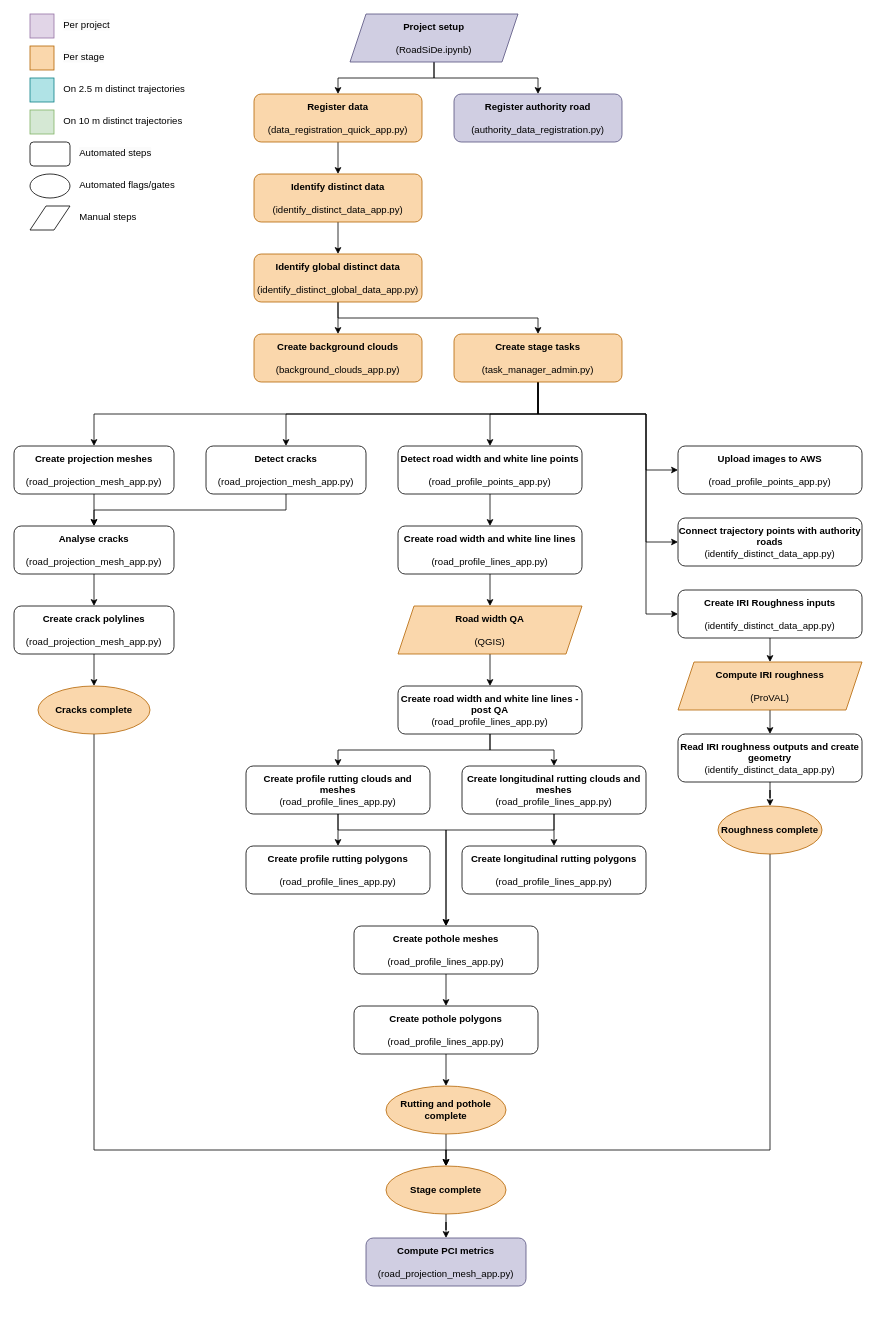
Before: RoadSiDe.drawio in marko-veris/draw.io, a draw.io diagram. Source tidied: cells renumbered, new cells numbered last; positions are measured from the earlier drawing's top-left corner, leaving out a move shared by most shapes. Both pictures are drawn from the tidied source at 80%, with x=0, y=0 at pixel (14, 14).
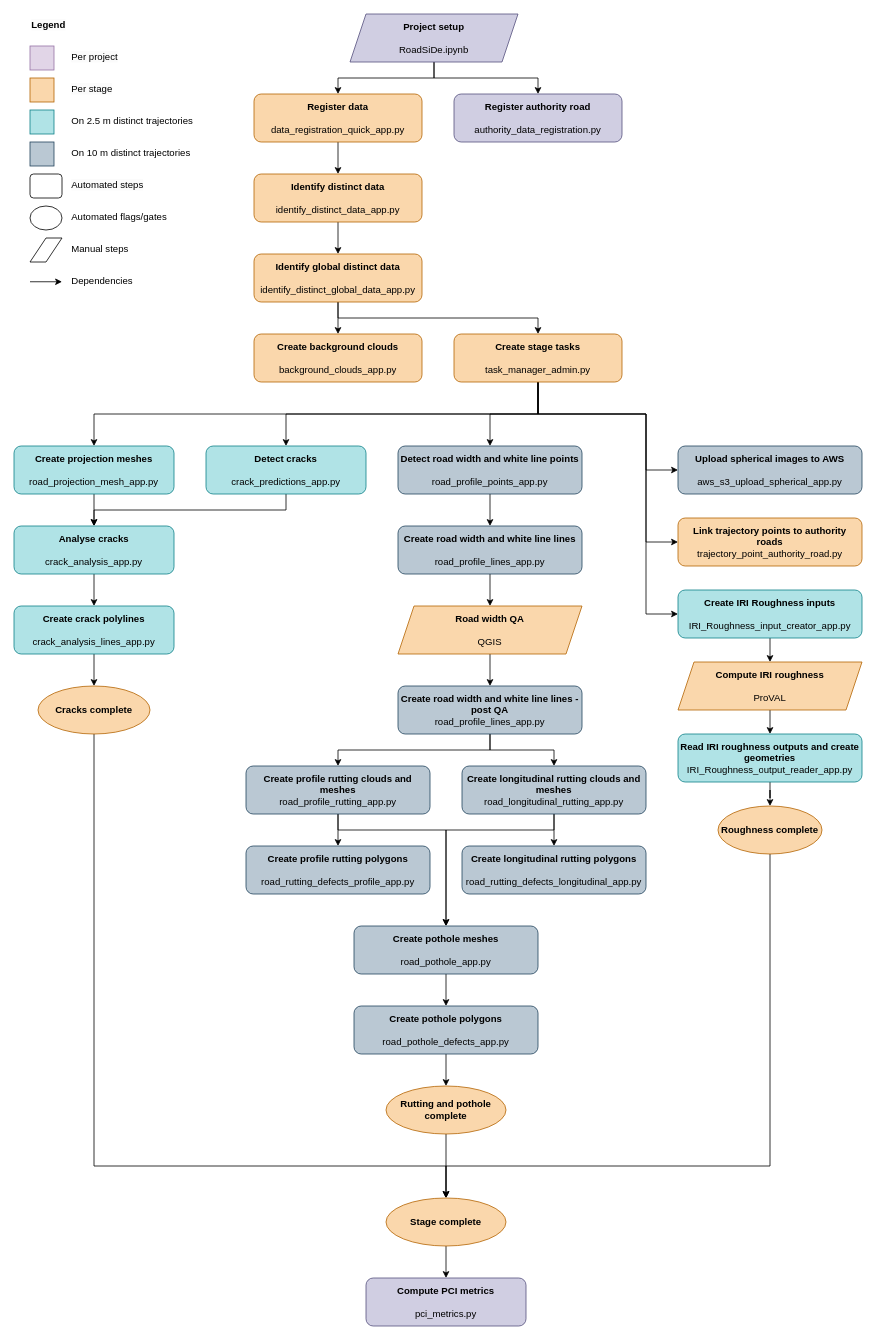
After the change.

The change refers to these unchanged cells:
```xml
<mxCell id="47" value="&lt;b&gt;Cracks complete&lt;/b&gt;" style="ellipse;whiteSpace=wrap;html=1;fillColor=#fad7ac;strokeColor=#b46504;" parent="1" vertex="1">
  <mxGeometry x="30" y="840" width="140" height="60" as="geometry" />
</mxCell>
<mxCell id="70" value="&lt;b&gt;Roughness complete&lt;/b&gt;" style="ellipse;whiteSpace=wrap;html=1;fillColor=#fad7ac;strokeColor=#b46504;" parent="1" vertex="1">
  <mxGeometry x="880" y="990" width="130" height="60" as="geometry" />
</mxCell>
```

Diff of the diagram source:
```diff
@@
-    <mxCell id="3" value="&lt;b&gt;Register data&lt;br&gt;&lt;/b&gt;&lt;br&gt;(data_registration_quick_app.py)" style="rounded=1;whiteSpace=wrap;html=1;fillColor=#fad7ac;strokeColor=#b46504;" parent="1" vertex="1">
+    <mxCell id="3" value="&lt;b&gt;Register data&lt;br&gt;&lt;/b&gt;&lt;br&gt;data_registration_quick_app.py" style="rounded=1;whiteSpace=wrap;html=1;fillColor=#fad7ac;strokeColor=#b46504;" parent="1" vertex="1">
       <mxGeometry x="300" y="100" width="210" height="60" as="geometry" />
     </mxCell>
-    <mxCell id="4" value="&lt;b&gt;Create background clouds&lt;br&gt;&lt;/b&gt;&lt;br&gt;(background_clouds_app.py)" style="rounded=1;whiteSpace=wrap;html=1;fillColor=#fad7ac;strokeColor=#b46504;" parent="1" vertex="1">
+    <mxCell id="4" value="&lt;b&gt;Create background clouds&lt;br&gt;&lt;/b&gt;&lt;br&gt;background_clouds_app.py" style="rounded=1;whiteSpace=wrap;html=1;fillColor=#fad7ac;strokeColor=#b46504;" parent="1" vertex="1">
       <mxGeometry x="300" y="400" width="210" height="60" as="geometry" />
     </mxCell>
@@
-    <mxCell id="6" value="&lt;b&gt;Detect road width and white line points&lt;br&gt;&lt;/b&gt;&lt;br&gt;(road_profile_points_app.py)" style="rounded=1;whiteSpace=wrap;html=1;" parent="1" vertex="1">
+    <mxCell id="6" value="&lt;b&gt;Detect road width and white line points&lt;br&gt;&lt;/b&gt;&lt;br&gt;road_profile_points_app.py" style="rounded=1;whiteSpace=wrap;html=1;fillColor=#bac8d3;strokeColor=#23445d;" parent="1" vertex="1">
       <mxGeometry x="480" y="540" width="230" height="60" as="geometry" />
     </mxCell>
@@
-    <mxCell id="8" value="&lt;b&gt;Create projection meshes&lt;br&gt;&lt;/b&gt;&lt;br&gt;(road_projection_mesh_app.py)" style="rounded=1;whiteSpace=wrap;html=1;" parent="1" vertex="1">
+    <mxCell id="8" value="&lt;b&gt;Create projection meshes&lt;br&gt;&lt;/b&gt;&lt;br&gt;road_projection_mesh_app.py" style="rounded=1;whiteSpace=wrap;html=1;fillColor=#b0e3e6;strokeColor=#0e8088;" parent="1" vertex="1">
       <mxGeometry y="540" width="200" height="60" as="geometry" />
     </mxCell>
@@
-    <mxCell id="10" value="&lt;b&gt;Create road width and white line lines&lt;br&gt;&lt;/b&gt;&lt;br&gt;(road_profile_lines_app.py)" style="rounded=1;whiteSpace=wrap;html=1;" parent="1" vertex="1">
+    <mxCell id="10" value="&lt;b&gt;Create road width and white line lines&lt;br&gt;&lt;/b&gt;&lt;br&gt;road_profile_lines_app.py" style="rounded=1;whiteSpace=wrap;html=1;fillColor=#bac8d3;strokeColor=#23445d;" parent="1" vertex="1">
       <mxGeometry x="480" y="640" width="230" height="60" as="geometry" />
     </mxCell>
@@
-    <mxCell id="12" value="&lt;b&gt;Identify distinct data&lt;br&gt;&lt;/b&gt;&lt;br&gt;(identify_distinct_data_app.py)" style="rounded=1;whiteSpace=wrap;html=1;fillColor=#fad7ac;strokeColor=#b46504;" parent="1" vertex="1">
+    <mxCell id="12" value="&lt;b&gt;Identify distinct data&lt;br&gt;&lt;/b&gt;&lt;br&gt;identify_distinct_data_app.py" style="rounded=1;whiteSpace=wrap;html=1;fillColor=#fad7ac;strokeColor=#b46504;" parent="1" vertex="1">
       <mxGeometry x="300" y="200" width="210" height="60" as="geometry" />
     </mxCell>
-    <mxCell id="13" value="&lt;b&gt;Register authority road&lt;br&gt;&lt;/b&gt;&lt;br&gt;(authority_data_registration.py)" style="rounded=1;whiteSpace=wrap;html=1;fillColor=#d0cee2;strokeColor=#56517e;" parent="1" vertex="1">
+    <mxCell id="13" value="&lt;b&gt;Register authority road&lt;br&gt;&lt;/b&gt;&lt;br&gt;authority_data_registration.py" style="rounded=1;whiteSpace=wrap;html=1;fillColor=#d0cee2;strokeColor=#56517e;" parent="1" vertex="1">
       <mxGeometry x="550" y="100" width="210" height="60" as="geometry" />
     </mxCell>
@@
-    <mxCell id="16" value="&lt;b&gt;Identify global distinct data&lt;br&gt;&lt;/b&gt;&lt;br&gt;(identify_distinct_global_data_app.py)" style="rounded=1;whiteSpace=wrap;html=1;fillColor=#fad7ac;strokeColor=#b46504;" parent="1" vertex="1">
+    <mxCell id="16" value="&lt;b&gt;Identify global distinct data&lt;br&gt;&lt;/b&gt;&lt;br&gt;identify_distinct_global_data_app.py" style="rounded=1;whiteSpace=wrap;html=1;fillColor=#fad7ac;strokeColor=#b46504;" parent="1" vertex="1">
       <mxGeometry x="300" y="300" width="210" height="60" as="geometry" />
     </mxCell>
@@
-    <mxCell id="23" value="&lt;b&gt;Create stage tasks&lt;br&gt;&lt;/b&gt;&lt;br&gt;(task_manager_admin.py)" style="rounded=1;whiteSpace=wrap;html=1;fillColor=#fad7ac;strokeColor=#b46504;" parent="1" vertex="1">
+    <mxCell id="23" value="&lt;b&gt;Create stage tasks&lt;br&gt;&lt;/b&gt;&lt;br&gt;task_manager_admin.py" style="rounded=1;whiteSpace=wrap;html=1;fillColor=#fad7ac;strokeColor=#b46504;" parent="1" vertex="1">
       <mxGeometry x="550" y="400" width="210" height="60" as="geometry" />
     </mxCell>
@@
-    <mxCell id="25" value="&lt;b&gt;Detect cracks&lt;br&gt;&lt;/b&gt;&lt;br&gt;(road_projection_mesh_app.py)" style="rounded=1;whiteSpace=wrap;html=1;" parent="1" vertex="1">
+    <mxCell id="25" value="&lt;b&gt;Detect cracks&lt;br&gt;&lt;/b&gt;&lt;br&gt;crack_predictions_app.py" style="rounded=1;whiteSpace=wrap;html=1;fillColor=#b0e3e6;strokeColor=#0e8088;" parent="1" vertex="1">
       <mxGeometry x="240" y="540" width="200" height="60" as="geometry" />
     </mxCell>
@@
-    <mxCell id="27" value="&lt;b&gt;Analyse cracks&lt;br&gt;&lt;/b&gt;&lt;br&gt;(road_projection_mesh_app.py)" style="rounded=1;whiteSpace=wrap;html=1;" parent="1" vertex="1">
+    <mxCell id="27" value="&lt;b&gt;Analyse cracks&lt;br&gt;&lt;/b&gt;&lt;br&gt;crack_analysis_app.py" style="rounded=1;whiteSpace=wrap;html=1;fillColor=#b0e3e6;strokeColor=#0e8088;" parent="1" vertex="1">
       <mxGeometry y="640" width="200" height="60" as="geometry" />
     </mxCell>
@@
-    <mxCell id="29" value="&lt;b&gt;Create crack polylines&lt;br&gt;&lt;/b&gt;&lt;br&gt;(road_projection_mesh_app.py)" style="rounded=1;whiteSpace=wrap;html=1;" parent="1" vertex="1">
+    <mxCell id="29" value="&lt;b&gt;Create crack polylines&lt;br&gt;&lt;/b&gt;&lt;br&gt;crack_analysis_lines_app.py" style="rounded=1;whiteSpace=wrap;html=1;fillColor=#b0e3e6;strokeColor=#0e8088;" parent="1" vertex="1">
       <mxGeometry y="740" width="200" height="60" as="geometry" />
     </mxCell>
@@
-    <mxCell id="32" value="&lt;b&gt;Create road width and white line lines - post QA&lt;/b&gt;&lt;br&gt;(road_profile_lines_app.py)" style="rounded=1;whiteSpace=wrap;html=1;" parent="1" vertex="1">
+    <mxCell id="32" value="&lt;b&gt;Create road width and white line lines - post QA&lt;/b&gt;&lt;br&gt;road_profile_lines_app.py" style="rounded=1;whiteSpace=wrap;html=1;fillColor=#bac8d3;strokeColor=#23445d;" parent="1" vertex="1">
       <mxGeometry x="480" y="840" width="230" height="60" as="geometry" />
     </mxCell>
@@
-    <mxCell id="35" value="&lt;b&gt;Create profile rutting clouds and meshes&lt;br&gt;&lt;/b&gt;(road_profile_lines_app.py)" style="rounded=1;whiteSpace=wrap;html=1;" parent="1" vertex="1">
+    <mxCell id="35" value="&lt;b&gt;Create profile rutting clouds and meshes&lt;br&gt;&lt;/b&gt;road_profile_rutting_app.py" style="rounded=1;whiteSpace=wrap;html=1;fillColor=#bac8d3;strokeColor=#23445d;" parent="1" vertex="1">
       <mxGeometry x="290" y="940" width="230" height="60" as="geometry" />
     </mxCell>
@@
-    <mxCell id="38" value="&lt;b&gt;Create longitudinal rutting clouds and meshes&lt;/b&gt;&lt;b&gt;&lt;br&gt;&lt;/b&gt;(road_profile_lines_app.py)" style="rounded=1;whiteSpace=wrap;html=1;" parent="1" vertex="1">
+    <mxCell id="38" value="&lt;b&gt;Create longitudinal rutting clouds and meshes&lt;/b&gt;&lt;b&gt;&lt;br&gt;&lt;/b&gt;road_longitudinal_rutting_app.py" style="rounded=1;whiteSpace=wrap;html=1;fillColor=#bac8d3;strokeColor=#23445d;" parent="1" vertex="1">
       <mxGeometry x="560" y="940" width="230" height="60" as="geometry" />
     </mxCell>
-    <mxCell id="39" value="&lt;b&gt;Create profile rutting polygons&lt;br&gt;&lt;br&gt;&lt;/b&gt;(road_profile_lines_app.py)" style="rounded=1;whiteSpace=wrap;html=1;" parent="1" vertex="1">
+    <mxCell id="39" value="&lt;b&gt;Create profile rutting polygons&lt;br&gt;&lt;br&gt;&lt;/b&gt;road_rutting_defects_profile_app.py" style="rounded=1;whiteSpace=wrap;html=1;fillColor=#bac8d3;strokeColor=#23445d;" parent="1" vertex="1">
       <mxGeometry x="290" y="1040" width="230" height="60" as="geometry" />
     </mxCell>
-    <mxCell id="40" value="&lt;b&gt;Create longitudinal rutting polygons&lt;br&gt;&lt;br&gt;&lt;/b&gt;(road_profile_lines_app.py)" style="rounded=1;whiteSpace=wrap;html=1;" parent="1" vertex="1">
+    <mxCell id="40" value="&lt;b&gt;Create longitudinal rutting polygons&lt;br&gt;&lt;br&gt;&lt;/b&gt;road_rutting_defects_longitudinal_app.py" style="rounded=1;whiteSpace=wrap;html=1;fillColor=#bac8d3;strokeColor=#23445d;" parent="1" vertex="1">
       <mxGeometry x="560" y="1040" width="230" height="60" as="geometry" />
     </mxCell>
@@
-    <mxCell id="42" value="&lt;b&gt;Create pothole meshes&lt;br&gt;&lt;br&gt;&lt;/b&gt;(road_profile_lines_app.py)" style="rounded=1;whiteSpace=wrap;html=1;" parent="1" vertex="1">
+    <mxCell id="42" value="&lt;b&gt;Create pothole meshes&lt;br&gt;&lt;br&gt;&lt;/b&gt;road_pothole_app.py" style="rounded=1;whiteSpace=wrap;html=1;fillColor=#bac8d3;strokeColor=#23445d;" parent="1" vertex="1">
       <mxGeometry x="425" y="1140" width="230" height="60" as="geometry" />
     </mxCell>
@@
-    <mxCell id="44" value="&lt;b&gt;Create pothole polygons&lt;br&gt;&lt;br&gt;&lt;/b&gt;(road_profile_lines_app.py)" style="rounded=1;whiteSpace=wrap;html=1;" parent="1" vertex="1">
+    <mxCell id="44" value="&lt;b&gt;Create pothole polygons&lt;br&gt;&lt;br&gt;&lt;/b&gt;road_pothole_defects_app.py" style="rounded=1;whiteSpace=wrap;html=1;fillColor=#bac8d3;strokeColor=#23445d;" parent="1" vertex="1">
       <mxGeometry x="425" y="1240" width="230" height="60" as="geometry" />
     </mxCell>
-    <mxCell id="45" value="&lt;b&gt;Upload images to AWS&lt;br&gt;&lt;/b&gt;&lt;br&gt;(road_profile_points_app.py)" style="rounded=1;whiteSpace=wrap;html=1;" parent="1" vertex="1">
+    <mxCell id="45" value="&lt;b&gt;Upload spherical images to AWS&lt;br&gt;&lt;/b&gt;&lt;br&gt;aws_s3_upload_spherical_app.py" style="rounded=1;whiteSpace=wrap;html=1;fillColor=#bac8d3;strokeColor=#23445d;" parent="1" vertex="1">
       <mxGeometry x="830" y="540" width="230" height="60" as="geometry" />
     </mxCell>
     <mxCell id="46" style="edgeStyle=orthogonalEdgeStyle;rounded=0;jettySize=auto;html=1;exitX=0.5;exitY=1;exitDx=0;exitDy=0;entryX=0.5;entryY=0;entryDx=0;entryDy=0;" parent="1" edge="1" source="47" target="72">
       <mxGeometry relative="1" as="geometry">
         <Array as="points">
-          <mxPoint x="100" y="1420" />
-          <mxPoint x="540" y="1420" />
+          <mxPoint x="100" y="1440" />
+          <mxPoint x="540" y="1440" />
         </Array>
       </mxGeometry>
     </mxCell>
@@
     <mxCell id="48" style="rounded=1;whiteSpace=wrap;html=1;" parent="1" vertex="1">
-      <mxGeometry x="20" y="160" width="50" height="30" as="geometry" />
+      <mxGeometry x="20" y="200" width="40" height="30" as="geometry" />
     </mxCell>
     <mxCell id="49" value="&lt;span style=&quot;color: rgb(0, 0, 0); font-family: Helvetica; font-size: 12px; font-style: normal; font-variant-ligatures: normal; font-variant-caps: normal; font-weight: 400; letter-spacing: normal; orphans: 2; text-align: center; text-indent: 0px; text-transform: none; widows: 2; word-spacing: 0px; -webkit-text-stroke-width: 0px; white-space: normal; background-color: rgb(251, 251, 251); text-decoration-thickness: initial; text-decoration-style: initial; text-decoration-color: initial; float: none; display: inline !important;&quot;&gt;Per stage&lt;/span&gt;" style="text;whiteSpace=wrap;html=1;" parent="1" vertex="1">
-      <mxGeometry x="60" y="40" width="130" height="30" as="geometry" />
+      <mxGeometry x="70" y="80" width="130" height="30" as="geometry" />
     </mxCell>
     <mxCell id="50" style="rounded=0;whiteSpace=wrap;html=1;fillColor=#e1d5e7;strokeColor=#9673a6;" parent="1" vertex="1">
-      <mxGeometry x="20" width="30" height="30" as="geometry" />
+      <mxGeometry x="20" y="40" width="30" height="30" as="geometry" />
     </mxCell>
     <mxCell id="51" style="rounded=0;whiteSpace=wrap;html=1;fillColor=#fad7ac;strokeColor=#b46504;" parent="1" vertex="1">
-      <mxGeometry x="20" y="40" width="30" height="30" as="geometry" />
+      <mxGeometry x="20" y="80" width="30" height="30" as="geometry" />
     </mxCell>
     <mxCell id="52" value="&lt;span style=&quot;color: rgb(0, 0, 0); font-family: Helvetica; font-size: 12px; font-style: normal; font-variant-ligatures: normal; font-variant-caps: normal; font-weight: 400; letter-spacing: normal; orphans: 2; text-align: center; text-indent: 0px; text-transform: none; widows: 2; word-spacing: 0px; -webkit-text-stroke-width: 0px; white-space: normal; background-color: rgb(251, 251, 251); text-decoration-thickness: initial; text-decoration-style: initial; text-decoration-color: initial; float: none; display: inline !important;&quot;&gt;Per project&lt;/span&gt;" style="text;whiteSpace=wrap;html=1;" parent="1" vertex="1">
-      <mxGeometry x="60" width="130" height="30" as="geometry" />
+      <mxGeometry x="70" y="40" width="130" height="30" as="geometry" />
     </mxCell>
     <mxCell id="53" style="ellipse;whiteSpace=wrap;html=1;" parent="1" vertex="1">
-      <mxGeometry x="20" y="200" width="50" height="30" as="geometry" />
+      <mxGeometry x="20" y="240" width="40" height="30" as="geometry" />
     </mxCell>
     <mxCell id="54" value="&lt;span style=&quot;color: rgb(0, 0, 0); font-family: Helvetica; font-size: 12px; font-style: normal; font-variant-ligatures: normal; font-variant-caps: normal; font-weight: 400; letter-spacing: normal; orphans: 2; text-align: center; text-indent: 0px; text-transform: none; widows: 2; word-spacing: 0px; -webkit-text-stroke-width: 0px; white-space: normal; background-color: rgb(251, 251, 251); text-decoration-thickness: initial; text-decoration-style: initial; text-decoration-color: initial; float: none; display: inline !important;&quot;&gt;Automated steps&lt;/span&gt;" style="text;whiteSpace=wrap;html=1;" parent="1" vertex="1">
-      <mxGeometry x="80" y="160" width="130" height="30" as="geometry" />
+      <mxGeometry x="70" y="200" width="130" height="30" as="geometry" />
     </mxCell>
     <mxCell id="55" value="Automated flags/gates" style="text;whiteSpace=wrap;html=1;" parent="1" vertex="1">
-      <mxGeometry x="80" y="200" width="130" height="30" as="geometry" />
+      <mxGeometry x="70" y="240" width="130" height="30" as="geometry" />
     </mxCell>
@@
-    <mxCell id="58" value="&lt;b&gt;Connect trajectory points with authority roads&lt;/b&gt;&lt;br&gt;(identify_distinct_data_app.py)" style="rounded=1;whiteSpace=wrap;html=1;" parent="1" vertex="1">
+    <mxCell id="58" value="&lt;b&gt;Link trajectory points to authority &lt;br&gt;roads&lt;/b&gt;&lt;br&gt;trajectory_point_authority_road.py" style="rounded=1;whiteSpace=wrap;html=1;fillColor=#fad7ac;strokeColor=#b46504;" parent="1" vertex="1">
       <mxGeometry x="830" y="630" width="230" height="60" as="geometry" />
     </mxCell>
@@
-    <mxCell id="60" value="&lt;b&gt;Create IRI Roughness inputs&lt;br&gt;&lt;br&gt;&lt;/b&gt;(identify_distinct_data_app.py)" style="rounded=1;whiteSpace=wrap;html=1;" parent="1" vertex="1">
+    <mxCell id="60" value="&lt;b&gt;Create IRI Roughness inputs&lt;br&gt;&lt;br&gt;&lt;/b&gt;IRI_Roughness_input_creator_app.py" style="rounded=1;whiteSpace=wrap;html=1;fillColor=#b0e3e6;strokeColor=#0e8088;" parent="1" vertex="1">
       <mxGeometry x="830" y="720" width="230" height="60" as="geometry" />
     </mxCell>
     <mxCell id="61" style="shape=parallelogram;perimeter=parallelogramPerimeter;whiteSpace=wrap;html=1;fixedSize=1;" parent="1" vertex="1">
-      <mxGeometry x="20" y="240" width="50" height="30" as="geometry" />
+      <mxGeometry x="20" y="280" width="40" height="30" as="geometry" />
     </mxCell>
     <mxCell id="62" value="Manual steps" style="text;whiteSpace=wrap;html=1;" parent="1" vertex="1">
-      <mxGeometry x="80" y="240" width="130" height="30" as="geometry" />
+      <mxGeometry x="70" y="280" width="130" height="30" as="geometry" />
     </mxCell>
@@
-    <mxCell id="64" value="&lt;b&gt;Road width QA&lt;/b&gt;&lt;br&gt;&lt;br&gt;(QGIS)" style="shape=parallelogram;perimeter=parallelogramPerimeter;whiteSpace=wrap;html=1;fixedSize=1;fillColor=#fad7ac;strokeColor=#b46504;" parent="1" vertex="1">
+    <mxCell id="64" value="&lt;b&gt;Road width QA&lt;/b&gt;&lt;br&gt;&lt;br&gt;QGIS" style="shape=parallelogram;perimeter=parallelogramPerimeter;whiteSpace=wrap;html=1;fixedSize=1;fillColor=#fad7ac;strokeColor=#b46504;" parent="1" vertex="1">
       <mxGeometry x="480" y="740" width="230" height="60" as="geometry" />
     </mxCell>
@@
-    <mxCell id="66" value="&lt;b&gt;Compute IRI roughness&lt;br&gt;&lt;/b&gt;&lt;br&gt;(ProVAL)" style="shape=parallelogram;perimeter=parallelogramPerimeter;whiteSpace=wrap;html=1;fixedSize=1;fillColor=#fad7ac;strokeColor=#b46504;" parent="1" vertex="1">
+    <mxCell id="66" value="&lt;b&gt;Compute IRI roughness&lt;br&gt;&lt;/b&gt;&lt;br&gt;ProVAL" style="shape=parallelogram;perimeter=parallelogramPerimeter;whiteSpace=wrap;html=1;fixedSize=1;fillColor=#fad7ac;strokeColor=#b46504;" parent="1" vertex="1">
       <mxGeometry x="830" y="810" width="230" height="60" as="geometry" />
     </mxCell>
@@
-    <mxCell id="68" value="&lt;b&gt;Read IRI roughness outputs and create geometry&lt;br&gt;&lt;/b&gt;(identify_distinct_data_app.py)" style="rounded=1;whiteSpace=wrap;html=1;" parent="1" vertex="1">
+    <mxCell id="68" value="&lt;b&gt;Read IRI roughness outputs and create geometries&lt;br&gt;&lt;/b&gt;IRI_Roughness_output_reader_app.py" style="rounded=1;whiteSpace=wrap;html=1;fillColor=#b0e3e6;strokeColor=#0e8088;" parent="1" vertex="1">
       <mxGeometry x="830" y="900" width="230" height="60" as="geometry" />
     </mxCell>
     <mxCell id="69" style="edgeStyle=orthogonalEdgeStyle;rounded=0;jettySize=auto;html=1;exitX=0.5;exitY=1;exitDx=0;exitDy=0;entryX=0.5;entryY=0;entryDx=0;entryDy=0;" parent="1" edge="1" source="70" target="72">
       <mxGeometry relative="1" as="geometry">
         <Array as="points">
-          <mxPoint x="945" y="1420" />
-          <mxPoint x="540" y="1420" />
+          <mxPoint x="945" y="1440" />
+          <mxPoint x="540" y="1440" />
         </Array>
       </mxGeometry>
     </mxCell>
@@
     <mxCell id="72" value="&lt;b&gt;Stage complete&lt;/b&gt;" style="ellipse;whiteSpace=wrap;html=1;fillColor=#fad7ac;strokeColor=#b46504;" parent="1" vertex="1">
-      <mxGeometry x="465" y="1440" width="150" height="60" as="geometry" />
+      <mxGeometry x="465" y="1480" width="150" height="60" as="geometry" />
     </mxCell>
-    <mxCell id="73" value="&lt;b&gt;Compute PCI metrics&lt;br&gt;&lt;/b&gt;&lt;br&gt;(road_projection_mesh_app.py)" style="rounded=1;whiteSpace=wrap;html=1;fillColor=#d0cee2;strokeColor=#56517e;" parent="1" vertex="1">
-      <mxGeometry x="440" y="1530" width="200" height="60" as="geometry" />
+    <mxCell id="73" value="&lt;b&gt;Compute PCI metrics&lt;br&gt;&lt;/b&gt;&lt;br&gt;pci_metrics.py" style="rounded=1;whiteSpace=wrap;html=1;fillColor=#d0cee2;strokeColor=#56517e;" parent="1" vertex="1">
+      <mxGeometry x="440" y="1580" width="200" height="60" as="geometry" />
     </mxCell>
@@
-    <mxCell id="76" value="&lt;b&gt;Project setup&lt;/b&gt;&lt;br&gt;&lt;br&gt;(RoadSiDe.ipynb)" style="shape=parallelogram;perimeter=parallelogramPerimeter;whiteSpace=wrap;html=1;fixedSize=1;fillColor=#d0cee2;strokeColor=#56517e;" parent="1" vertex="1">
+    <mxCell id="76" value="&lt;b&gt;Project setup&lt;/b&gt;&lt;br&gt;&lt;br&gt;RoadSiDe.ipynb" style="shape=parallelogram;perimeter=parallelogramPerimeter;whiteSpace=wrap;html=1;fixedSize=1;fillColor=#d0cee2;strokeColor=#56517e;" parent="1" vertex="1">
       <mxGeometry x="420" width="210" height="60" as="geometry" />
     </mxCell>
     <mxCell id="77" value="&lt;div style=&quot;text-align: center;&quot;&gt;On 2.5 m distinct trajectories&lt;/div&gt;" style="text;whiteSpace=wrap;html=1;" parent="1" vertex="1">
-      <mxGeometry x="60" y="80" width="170" height="30" as="geometry" />
+      <mxGeometry x="70" y="120" width="170" height="30" as="geometry" />
     </mxCell>
     <mxCell id="78" style="rounded=0;whiteSpace=wrap;html=1;fillColor=#b0e3e6;strokeColor=#0e8088;" parent="1" vertex="1">
-      <mxGeometry x="20" y="80" width="30" height="30" as="geometry" />
+      <mxGeometry x="20" y="120" width="30" height="30" as="geometry" />
     </mxCell>
     <mxCell id="79" value="&lt;span style=&quot;text-align: center;&quot;&gt;On 10 m distinct trajectories&lt;/span&gt;" style="text;whiteSpace=wrap;html=1;" parent="1" vertex="1">
-      <mxGeometry x="60" y="120" width="160" height="30" as="geometry" />
+      <mxGeometry x="70" y="160" width="160" height="30" as="geometry" />
     </mxCell>
-    <mxCell id="80" style="rounded=0;whiteSpace=wrap;html=1;fillColor=#d5e8d4;strokeColor=#82b366;" parent="1" vertex="1">
-      <mxGeometry x="20" y="120" width="30" height="30" as="geometry" />
+    <mxCell id="80" style="rounded=0;whiteSpace=wrap;html=1;fillColor=#bac8d3;strokeColor=#23445d;" parent="1" vertex="1">
+      <mxGeometry x="20" y="160" width="30" height="30" as="geometry" />
     </mxCell>
+    <mxCell id="81" value="&lt;span style=&quot;color: rgb(0, 0, 0); font-family: Helvetica; font-size: 12px; font-style: normal; font-variant-ligatures: normal; font-variant-caps: normal; letter-spacing: normal; orphans: 2; text-align: center; text-indent: 0px; text-transform: none; widows: 2; word-spacing: 0px; -webkit-text-stroke-width: 0px; white-space: normal; background-color: rgb(251, 251, 251); text-decoration-thickness: initial; text-decoration-style: initial; text-decoration-color: initial; float: none; display: inline !important;&quot;&gt;&lt;b&gt;Legend&lt;/b&gt;&lt;/span&gt;" style="text;whiteSpace=wrap;html=1;" parent="1" vertex="1">
+      <mxGeometry x="20" width="130" height="30" as="geometry" />
+    </mxCell>
+    <mxCell id="82" style="endArrow=classic;html=1;rounded=0;" parent="1" edge="1">
+      <mxGeometry relative="1" as="geometry">
+        <mxPoint x="20" y="334.7" as="sourcePoint" />
+        <mxPoint x="60" y="334.7" as="targetPoint" />
+      </mxGeometry>
+    </mxCell>
+    <mxCell id="83" value="Dependencies" style="text;whiteSpace=wrap;html=1;" parent="1" vertex="1">
+      <mxGeometry x="70" y="320" width="130" height="30" as="geometry" />
+    </mxCell>
```
